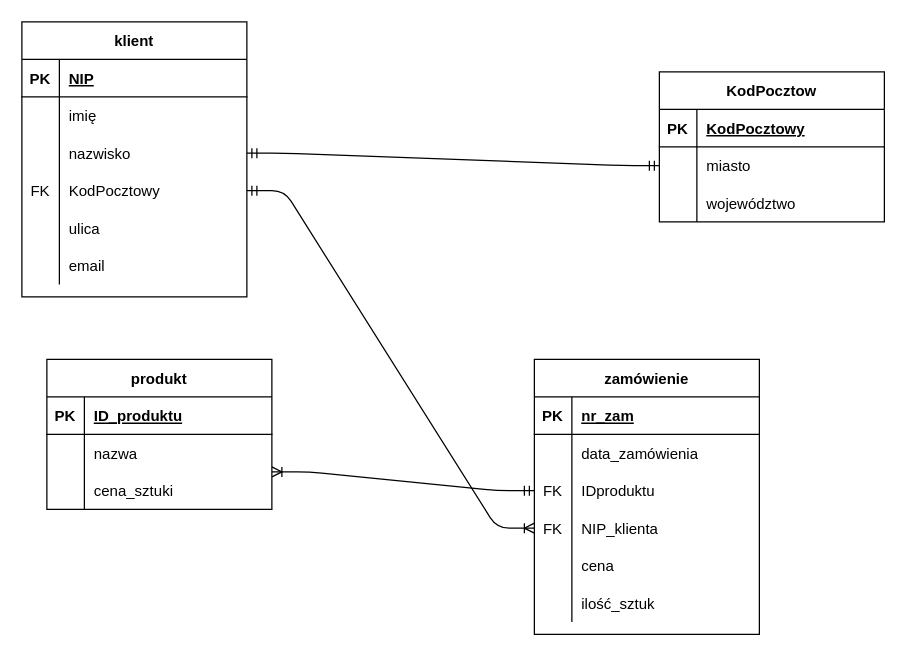
The draw.io diagram pogchamp.drawio in Klaudiusz101/kLAUDISUZ, before the edit. Source tidied: cells renumbered, new cells numbered last; positions are measured from the earlier drawing's top-left corner, leaving out a move shared by most shapes. Both pictures are drawn from the tidied source at 125%, with x=0, y=0 at pixel (21, 21).
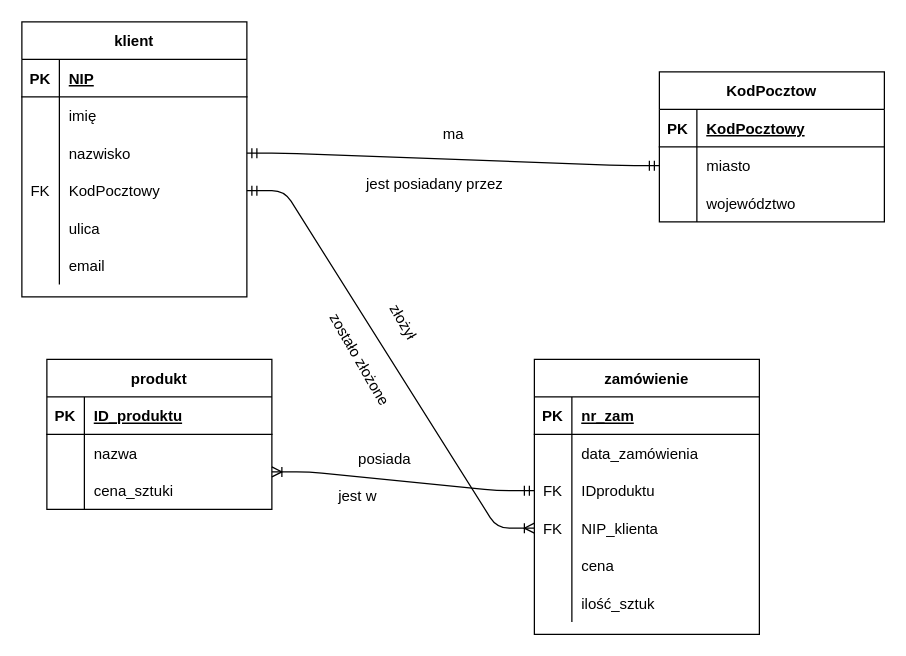
The same page after the edit.

The edit, as a diff of the source:
```diff
@@
+    <mxCell id="63" value="ma" style="text;html=1;align=center;verticalAlign=middle;" parent="1" vertex="1">
+      <mxGeometry x="330" y="80" width="30" height="20" as="geometry" />
+    </mxCell>
+    <mxCell id="64" value="jest posiadany przez" style="text;html=1;align=center;verticalAlign=middle;" parent="1" vertex="1">
+      <mxGeometry x="270" y="120" width="120" height="20" as="geometry" />
+    </mxCell>
+    <mxCell id="65" value="złożył" style="text;html=1;align=center;verticalAlign=middle;rotation=60;" parent="1" vertex="1">
+      <mxGeometry x="280" y="230" width="50" height="20" as="geometry" />
+    </mxCell>
+    <mxCell id="66" value="zostało złożone" style="text;html=1;align=center;verticalAlign=middle;rotation=60;" parent="1" vertex="1">
+      <mxGeometry x="220" y="260" width="100" height="20" as="geometry" />
+    </mxCell>
+    <mxCell id="67" value="posiada" style="text;html=1;align=center;verticalAlign=middle;" parent="1" vertex="1">
+      <mxGeometry x="260" y="340" width="60" height="20" as="geometry" />
+    </mxCell>
+    <mxCell id="68" value="jest w&amp;nbsp;" style="text;html=1;align=center;verticalAlign=middle;" parent="1" vertex="1">
+      <mxGeometry x="245" y="370" width="50" height="20" as="geometry" />
+    </mxCell>
```
